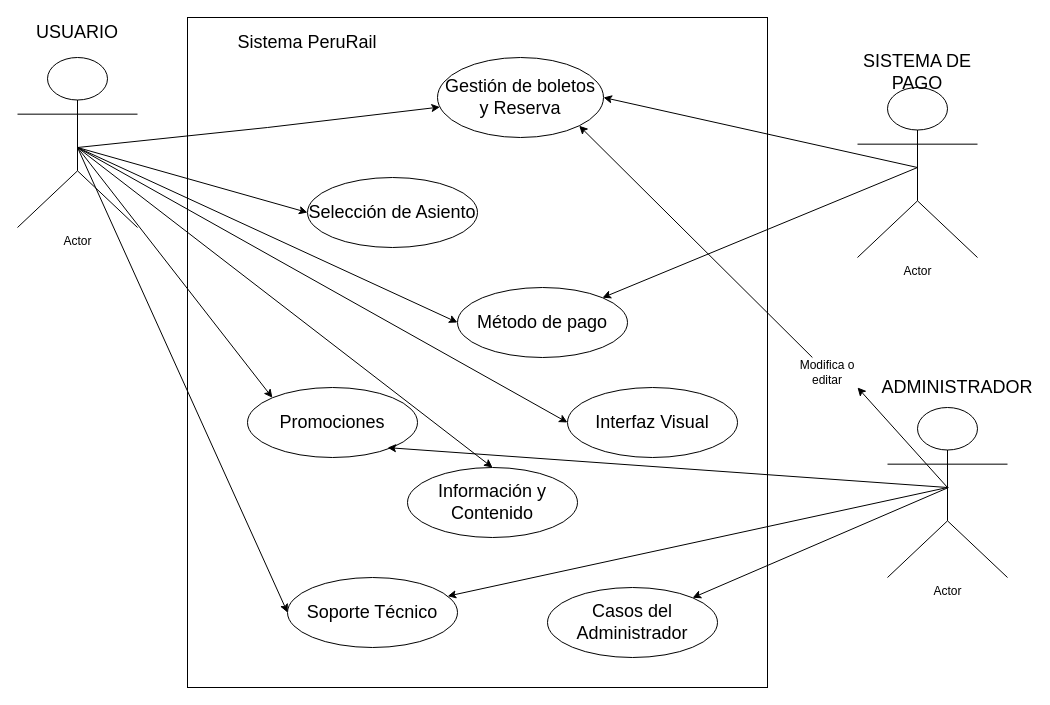
Earlier version of the draw.io diagram Diagrama_de_usos.drawio (davidev-m/peruRail). Source tidied: cells renumbered, new cells numbered last; positions are measured from the earlier drawing's top-left corner, leaving out a move shared by most shapes. Both pictures are drawn from the tidied source at 100%, with x=0, y=0 at pixel (17, 17).
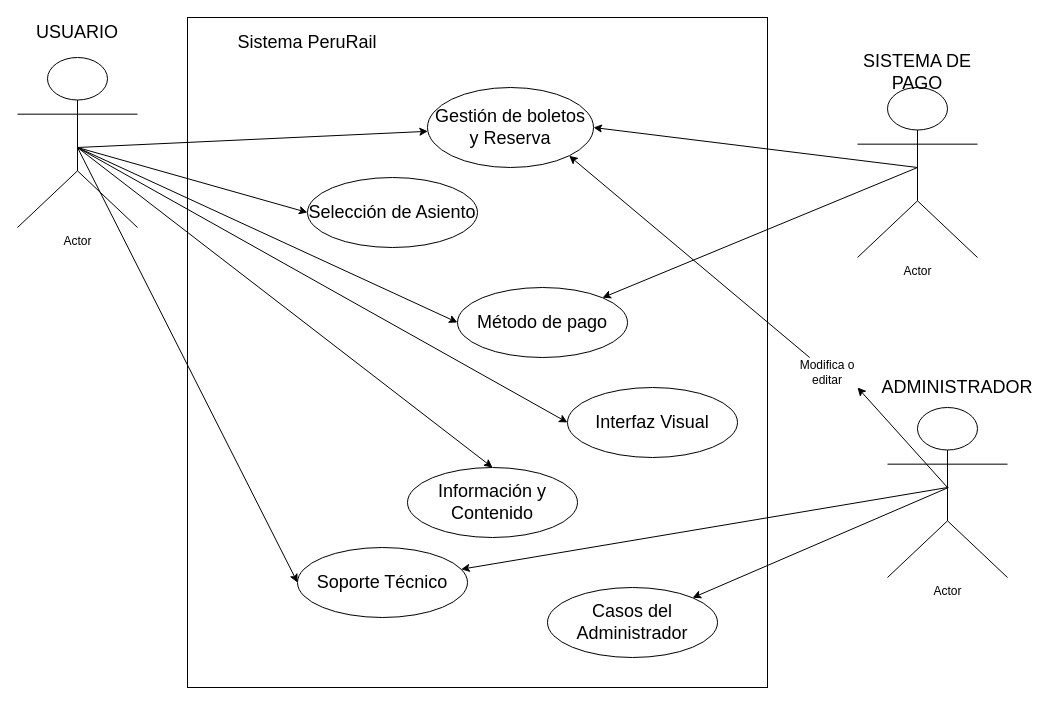
The same diagram, later.

Commit message:
eliminando el caso de uso : Promoción

Unchanged cells that the change refers to:
```xml
<mxCell id="2" style="rounded=0;whiteSpace=wrap;html=1;" parent="1" vertex="1">
  <mxGeometry x="170" width="580" height="670" as="geometry" />
</mxCell>
```

The edit, as a diff of the source:
```diff
@@
     <mxCell id="3" value="&lt;font style=&quot;font-size: 18px;&quot;&gt;Gestión de boletos y Reserva&lt;/font&gt;" style="ellipse;whiteSpace=wrap;html=1;" parent="1" vertex="1">
-      <mxGeometry x="420" y="40" width="166" height="80" as="geometry" />
+      <mxGeometry x="410" y="70" width="166" height="80" as="geometry" />
     </mxCell>
@@
-    <mxCell id="7" value="&lt;font style=&quot;font-size: 18px;&quot;&gt;Promociones&lt;/font&gt;" style="ellipse;whiteSpace=wrap;html=1;" parent="1" vertex="1">
-      <mxGeometry x="230" y="370" width="170" height="70" as="geometry" />
-    </mxCell>
     <mxCell id="8" value="&lt;font style=&quot;font-size: 18px;&quot;&gt;Soporte Técnico&lt;/font&gt;" style="ellipse;whiteSpace=wrap;html=1;" parent="1" vertex="1">
-      <mxGeometry x="270" y="560" width="170" height="70" as="geometry" />
+      <mxGeometry x="280" y="530" width="170" height="70" as="geometry" />
     </mxCell>
@@
     <mxCell id="18" style="endArrow=classic;html=1;rounded=0;" parent="1" edge="1" target="3">
       <mxGeometry relative="1" as="geometry">
         <mxPoint x="60" y="130" as="sourcePoint" />
-        <Array as="points">
-          <mxPoint x="250" y="110" />
-        </Array>
       </mxGeometry>
     </mxCell>
@@
-    <mxCell id="21" style="endArrow=classic;html=1;rounded=0;entryX=0;entryY=0;entryDx=0;entryDy=0;" parent="1" edge="1" target="7">
-      <mxGeometry relative="1" as="geometry">
-        <mxPoint x="60" y="130" as="sourcePoint" />
-      </mxGeometry>
-    </mxCell>
@@
-    <mxCell id="32" style="endArrow=classic;html=1;rounded=0;entryX=0.345;entryY=0.642;entryDx=0;entryDy=0;entryPerimeter=0;" parent="1" edge="1" target="2">
-      <mxGeometry relative="1" as="geometry">
-        <mxPoint x="930" y="470" as="sourcePoint" />
-      </mxGeometry>
-    </mxCell>
```
